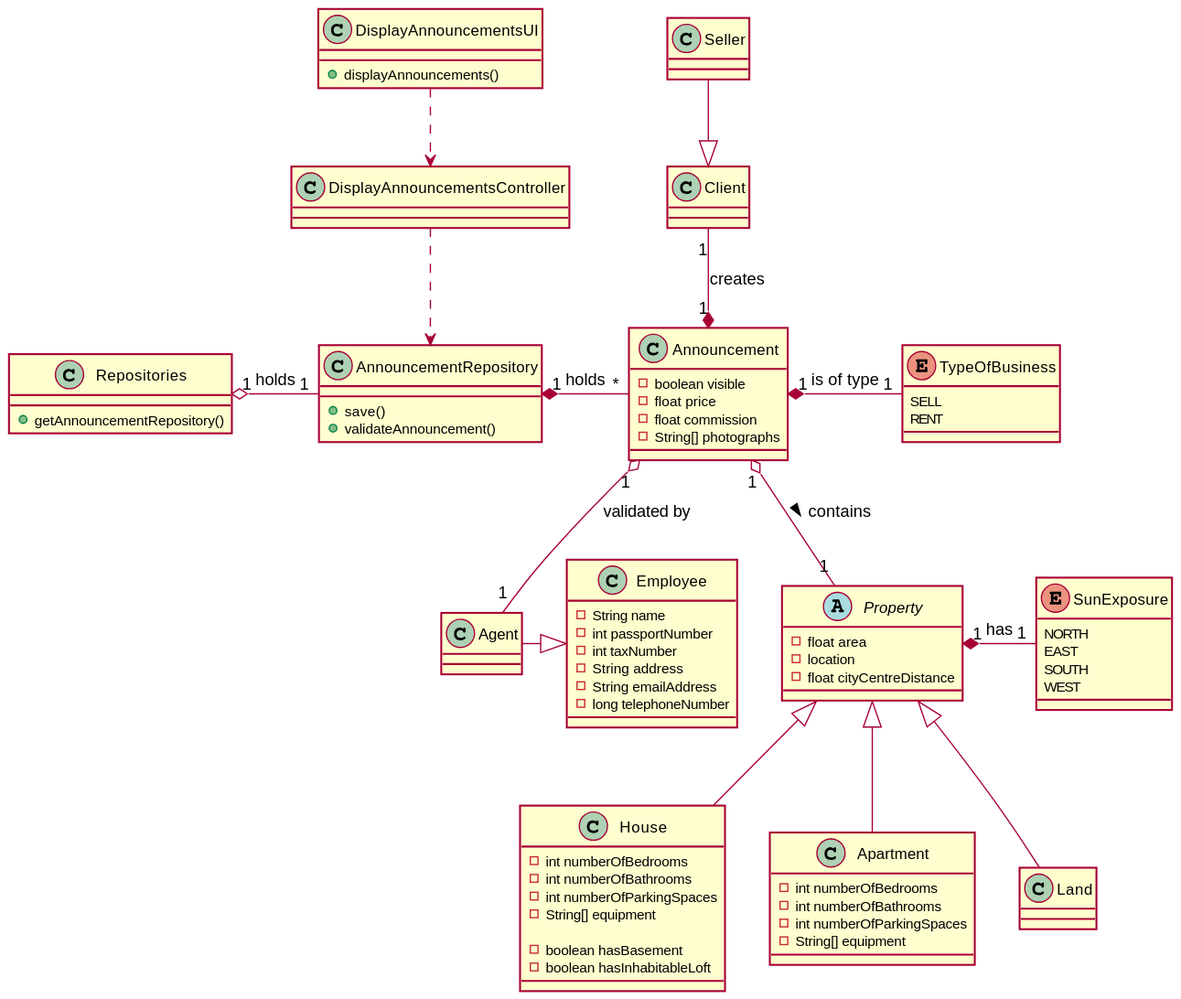
This is docs/sprintC/US001/03.design/svg/us001-class-diagram.svg from tiagohcorreia/LAPR2, a PlantUML export, as it was before one commit. Its diagram source:
```plantuml
@startuml
skinparam shadowing false


class Announcement{
-boolean visible
-float price
-float commission
-String[] photographs
}
enum TypeOfBusiness{
SELL
RENT
}
enum SunExposure{
NORTH
EAST
SOUTH
WEST
}

abstract class Property{
-float area
-location
-float cityCentreDistance
}
class House{
-int numberOfBedrooms
-int numberOfBathrooms
-int numberOfParkingSpaces
-String[] equipment

-boolean hasBasement
-boolean hasInhabitableLoft

}
class Apartment{
-int numberOfBedrooms
-int numberOfBathrooms
-int numberOfParkingSpaces
-String[] equipment

}
class AnnouncementRepository{
+save()
+validateAnnouncement()
}
class Repositories{
+getAnnouncementRepository()
}
class Client{}
class Seller{}

class DisplayAnnouncementsUI{
+displayAnnouncements()
}
class DisplayAnnouncementsController{}

class Land{

}

class Agent{
}
class Employee{
-String name
-int passportNumber
-int taxNumber
-String address
-String emailAddress
-long telephoneNumber
}

DisplayAnnouncementsUI -[dashed]-> DisplayAnnouncementsController
DisplayAnnouncementsController -[dashed]-> AnnouncementRepository
AnnouncementRepository "1" *- "*" Announcement: holds
Repositories "1" o- "1" AnnouncementRepository: holds

Agent -|> Employee

Announcement "1" o-- "1" Property: contains >
Announcement "1" o-- "1" Agent: validated by
Announcement "1" *- "1" TypeOfBusiness: is of type
Client "1" --* "1" Announcement: creates

Property <|-- House
Property <|-- Apartment
Property <|-- Land
Property "1" *- "1" SunExposure: has

Seller --|> Client
@enduml
```
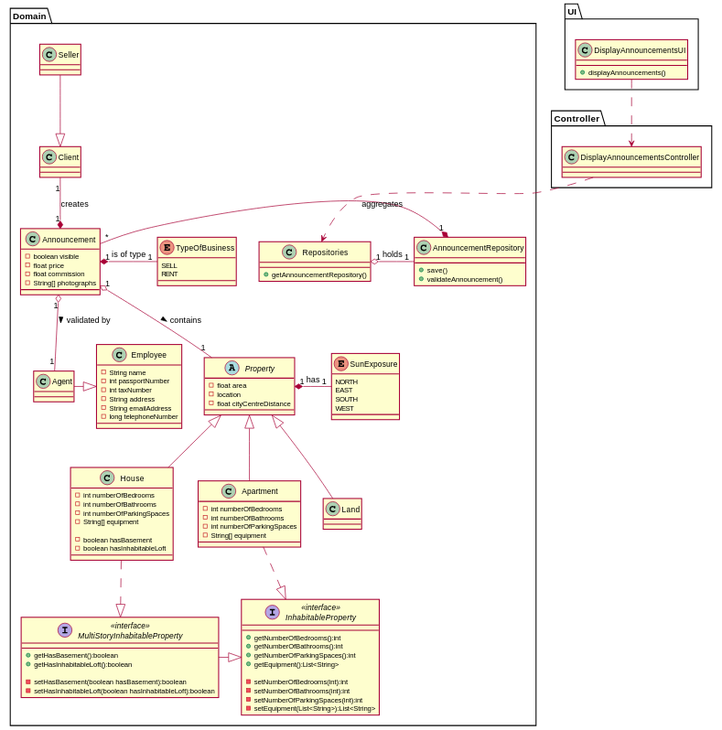
The same file after the commit.

Commit message:
US1 - Updated class diagram

What changed in the source:
```diff
@@ -1,5 +1,17 @@
 @startuml
 skinparam shadowing false
+allowmixing
+
+package UI {
+    class DisplayAnnouncementsUI{
+        +displayAnnouncements()
+    }
+}
+
+package Controller {
+    class DisplayAnnouncementsController{}
+}
+ package Domain{
 
 
 class Announcement{
@@ -41,6 +53,28 @@
 -String[] equipment
 
 }
+
+interface InhabitableProperty <<interface>>{
++getNumberOfBedrooms():int
++getNumberOfBathrooms():int
++getNumberOfParkingSpaces():int
++getEquipment():List<String>
+
+-setNumberOfBedrooms(int):int
+-setNumberOfBathrooms(int):int
+-setNumberOfParkingSpaces(int):int
+-setEquipment(List<String>):List<String>
+}
+
+interface MultiStoryInhabitableProperty <<interface>>{
++getHasBasement():boolean
++getHasInhabitableLoft():boolean
+
+-setHasBasement(boolean hasBasement):boolean
+-setHasInhabitableLoft(boolean hasInhabitableLoft):boolean
+}
+
+
 class AnnouncementRepository{
 +save()
 +validateAnnouncement()
@@ -51,10 +85,7 @@
 class Client{}
 class Seller{}
 
-class DisplayAnnouncementsUI{
-+displayAnnouncements()
-}
-class DisplayAnnouncementsController{}
+
 
 class Land{
 
@@ -71,15 +102,20 @@
 -long telephoneNumber
 }
 
+}
+
+MultiStoryInhabitableProperty -|> InhabitableProperty
+
+
 DisplayAnnouncementsUI -[dashed]-> DisplayAnnouncementsController
-DisplayAnnouncementsController -[dashed]-> AnnouncementRepository
-AnnouncementRepository "1" *- "*" Announcement: holds
+DisplayAnnouncementsController -[dashed]-> Repositories
+AnnouncementRepository "1" *- "*" Announcement: aggregates
 Repositories "1" o- "1" AnnouncementRepository: holds
 
 Agent -|> Employee
 
 Announcement "1" o-- "1" Property: contains >
-Announcement "1" o-- "1" Agent: validated by
+Announcement "1" o-- "1" Agent: validated by >
 Announcement "1" *- "1" TypeOfBusiness: is of type
 Client "1" --* "1" Announcement: creates
 
@@ -88,5 +124,10 @@
 Property <|-- Land
 Property "1" *- "1" SunExposure: has
 
+Apartment -.|> InhabitableProperty
+House -.|> MultiStoryInhabitableProperty
+
+
 Seller --|> Client
+
 @enduml
```
